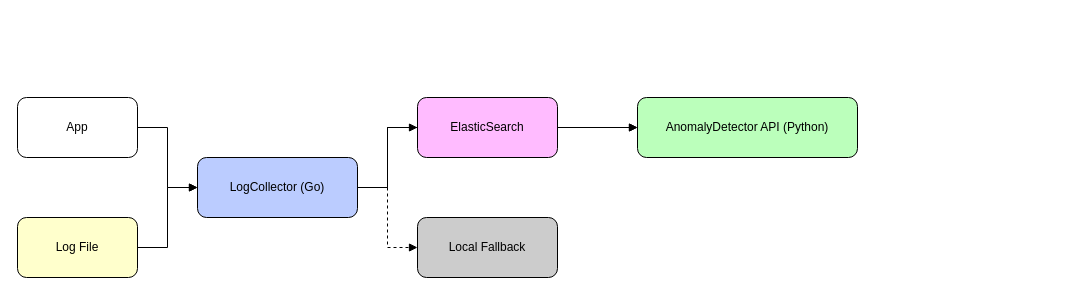
lorenaziviani/log_sentinel keeps this draw.io diagram as docs/architecture.drawio. Above is the earlier version. Source tidied: cells renumbered, new cells numbered last; positions are measured from the earlier drawing's top-left corner, leaving out a move shared by most shapes. Both pictures are drawn from the tidied source at 100%, with x=0, y=0 at pixel (17, 97).
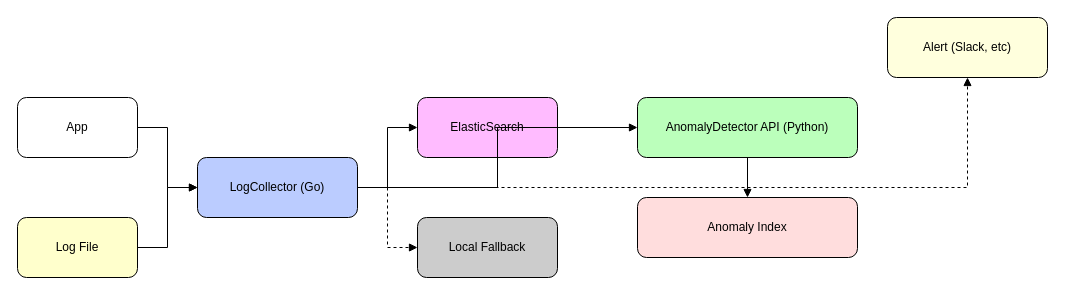
After the change.

Change to the diagram source:
```diff
@@
 <mxGraphModel>
   <root>
     <mxCell id="0" />
     <mxCell id="1" parent="0" />
     <mxCell id="2" value="App" style="rounded=1;whiteSpace=wrap;html=1;fillColor=#FFFFFF;strokeColor=#000000;" parent="1" vertex="1">
       <mxGeometry width="120" height="60" as="geometry" />
     </mxCell>
     <mxCell id="3" value="Log File" style="rounded=1;whiteSpace=wrap;html=1;fillColor=#FFFFCC;strokeColor=#000000;" parent="1" vertex="1">
       <mxGeometry y="120" width="120" height="60" as="geometry" />
     </mxCell>
     <mxCell id="4" value="LogCollector (Go)" style="rounded=1;whiteSpace=wrap;html=1;fillColor=#BBCCFF;strokeColor=#000000;" parent="1" vertex="1">
       <mxGeometry x="180" y="60" width="160" height="60" as="geometry" />
     </mxCell>
+    <mxCell id="13" value="ElasticSearch" style="rounded=1;whiteSpace=wrap;html=1;fillColor=#FFBBFF;strokeColor=#000000;" parent="1" vertex="1">
+      <mxGeometry x="400" width="140" height="60" as="geometry" />
+    </mxCell>
     <mxCell id="5" value="Local Fallback" style="rounded=1;whiteSpace=wrap;html=1;fillColor=#CCCCCC;strokeColor=#000000;" parent="1" vertex="1">
       <mxGeometry x="400" y="120" width="140" height="60" as="geometry" />
     </mxCell>
     <mxCell id="6" value="AnomalyDetector API (Python)" style="rounded=1;whiteSpace=wrap;html=1;fillColor=#BBFFBB;strokeColor=#000000;" parent="1" vertex="1">
       <mxGeometry x="620" width="220" height="60" as="geometry" />
     </mxCell>
     <mxCell id="7" style="edgeStyle=orthogonalEdgeStyle;rounded=0;jettySize=auto;html=1;endArrow=block;endFill=1;strokeColor=#000000;" parent="1" edge="1" source="2" target="4">
       <mxGeometry relative="1" as="geometry" />
     </mxCell>
     <mxCell id="8" style="edgeStyle=orthogonalEdgeStyle;rounded=0;jettySize=auto;html=1;endArrow=block;endFill=1;strokeColor=#000000;" parent="1" edge="1" source="3" target="4">
       <mxGeometry relative="1" as="geometry" />
     </mxCell>
     <mxCell id="9" style="edgeStyle=orthogonalEdgeStyle;rounded=0;jettySize=auto;html=1;endArrow=block;endFill=1;strokeColor=#000000;" parent="1" edge="1" source="4" target="13">
       <mxGeometry relative="1" as="geometry" />
     </mxCell>
     <mxCell id="10" style="edgeStyle=orthogonalEdgeStyle;rounded=0;jettySize=auto;html=1;dashed=1;endArrow=block;endFill=1;strokeColor=#000000;" parent="1" edge="1" source="4" target="5">
       <mxGeometry relative="1" as="geometry" />
     </mxCell>
-    <mxCell id="11" style="edgeStyle=orthogonalEdgeStyle;rounded=0;jettySize=auto;html=1;endArrow=block;endFill=1;strokeColor=#000000;" parent="1" edge="1" source="13" target="6">
-      <mxGeometry relative="1" as="geometry" />
-    </mxCell>
+    <mxCell id="14" value="Anomaly Index" style="rounded=1;whiteSpace=wrap;html=1;fillColor=#FFDDDD;strokeColor=#000000;" parent="1" vertex="1">
+      <mxGeometry x="620" y="100" width="220" height="60" as="geometry" />
+    </mxCell>
     <mxCell id="12" style="edgeStyle=orthogonalEdgeStyle;rounded=0;jettySize=auto;html=1;dashed=0;endArrow=block;endFill=1;strokeColor=#000000;" parent="1" edge="1" source="4" target="6">
-      <mxGeometry relative="1" as="geometry">
-        <Array as="points">
-          <mxPoint x="370" y="90" />
-          <mxPoint x="370" y="30" />
-        </Array>
-      </mxGeometry>
+      <mxGeometry relative="1" as="geometry" />
     </mxCell>
-    <mxCell id="13" value="ElasticSearch" style="rounded=1;whiteSpace=wrap;html=1;fillColor=#FFBBFF;strokeColor=#000000;" parent="1" vertex="1">
-      <mxGeometry x="400" width="140" height="60" as="geometry" />
-    </mxCell>
+    <mxCell id="15" style="edgeStyle=orthogonalEdgeStyle;rounded=0;jettySize=auto;html=1;dashed=0;endArrow=block;endFill=1;strokeColor=#000000;" parent="1" edge="1" source="6" target="14">
+      <mxGeometry relative="1" as="geometry" />
+    </mxCell>
+    <mxCell id="16" value="Alert (Slack, etc)" style="rounded=1;whiteSpace=wrap;html=1;fillColor=#FFFFDD;strokeColor=#000000;" parent="1" vertex="1">
+      <mxGeometry x="870" y="-80" width="160" height="60" as="geometry" />
+    </mxCell>
+    <mxCell id="17" style="edgeStyle=orthogonalEdgeStyle;rounded=0;jettySize=auto;html=1;dashed=1;endArrow=block;endFill=1;strokeColor=#000000;" parent="1" edge="1" source="4" target="16">
+      <mxGeometry relative="1" as="geometry" />
+    </mxCell>
   </root>
 </mxGraphModel>
```
